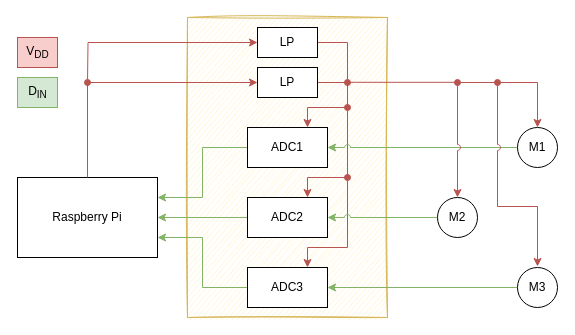
Earlier version of the draw.io diagram blokkskjema_instrumenteringssystem.drawio (HunkyMcHunkin/TTT4280). Source tidied: cells renumbered, new cells numbered last; positions are measured from the earlier drawing's top-left corner, leaving out a move shared by most shapes. Both pictures are drawn from the tidied source at 100%, with x=0, y=0 at pixel (17, 17).
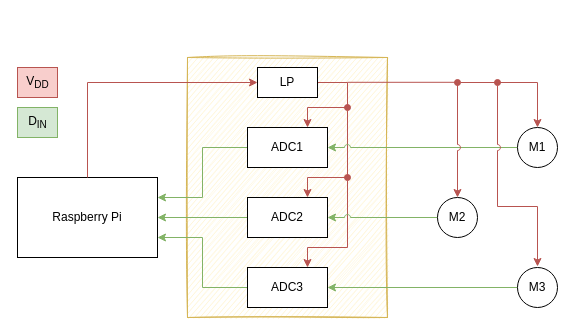
The same diagram, later.

Change to the diagram source:
```diff
@@
     <mxCell id="2" style="rounded=0;whiteSpace=wrap;html=1;labelBackgroundColor=none;fillColor=#fff2cc;strokeColor=#d6b656;glass=0;sketch=1;" parent="1" vertex="1">
-      <mxGeometry x="170" width="200" height="300" as="geometry" />
+      <mxGeometry x="170" y="40" width="200" height="260" as="geometry" />
     </mxCell>
@@
-    <mxCell id="20" style="edgeStyle=orthogonalEdgeStyle;rounded=0;jumpStyle=arc;jettySize=auto;html=1;exitX=0;exitY=0.5;exitDx=0;exitDy=0;endArrow=oval;endFill=1;startArrow=classic;startFill=1;fillColor=#f8cecc;strokeColor=#b85450;" parent="1" edge="1" source="22">
-      <mxGeometry relative="1" as="geometry">
-        <mxPoint x="70" y="65" as="targetPoint" />
-      </mxGeometry>
-    </mxCell>
-    <mxCell id="21" style="edgeStyle=orthogonalEdgeStyle;rounded=0;jumpStyle=arc;jettySize=auto;html=1;exitX=1;exitY=0.5;exitDx=0;exitDy=0;startArrow=none;startFill=0;endArrow=oval;endFill=1;fillColor=#f8cecc;strokeColor=#b85450;" parent="1" edge="1" source="22">
-      <mxGeometry relative="1" as="geometry">
-        <mxPoint x="330" y="65" as="targetPoint" />
-        <Array as="points">
-          <mxPoint x="330" y="25" />
-        </Array>
-      </mxGeometry>
-    </mxCell>
-    <mxCell id="22" value="LP" style="rounded=0;whiteSpace=wrap;html=1;" parent="1" vertex="1">
-      <mxGeometry x="240" y="10" width="60" height="30" as="geometry" />
-    </mxCell>
@@
     <mxCell id="28" value="V&lt;sub&gt;DD&lt;/sub&gt;" style="text;html=1;align=center;verticalAlign=middle;rotation=0;fillColor=#f8cecc;strokeColor=#b85450;" parent="1" vertex="1">
-      <mxGeometry y="20" width="40" height="30" as="geometry" />
+      <mxGeometry y="50" width="40" height="30" as="geometry" />
     </mxCell>
     <mxCell id="29" value="D&lt;sub&gt;IN&lt;/sub&gt;" style="text;html=1;align=center;verticalAlign=middle;fillColor=#d5e8d4;strokeColor=#82b366;" parent="1" vertex="1">
-      <mxGeometry y="60" width="40" height="30" as="geometry" />
+      <mxGeometry y="90" width="40" height="30" as="geometry" />
     </mxCell>
```
